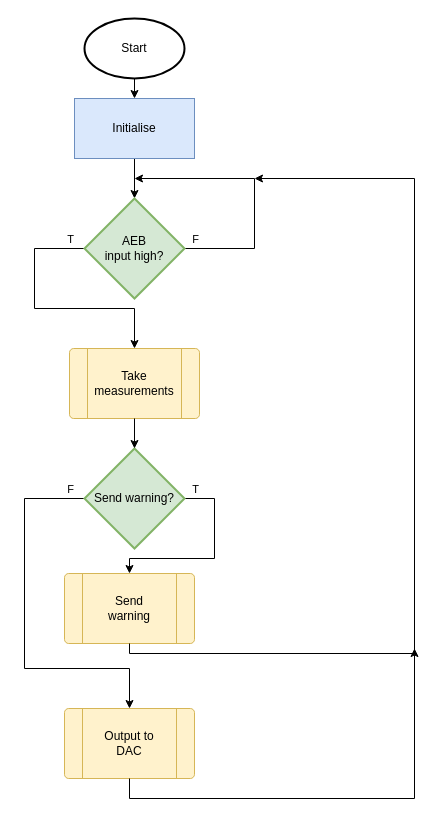
Before: braking.drawio in Jiarong-Zhang/a2_braking, a draw.io diagram. Source tidied: cells renumbered, new cells numbered last; positions are measured from the earlier drawing's top-left corner, leaving out a move shared by most shapes. Both pictures are drawn from the tidied source at 100%, with x=0, y=0 at pixel (24, 18).
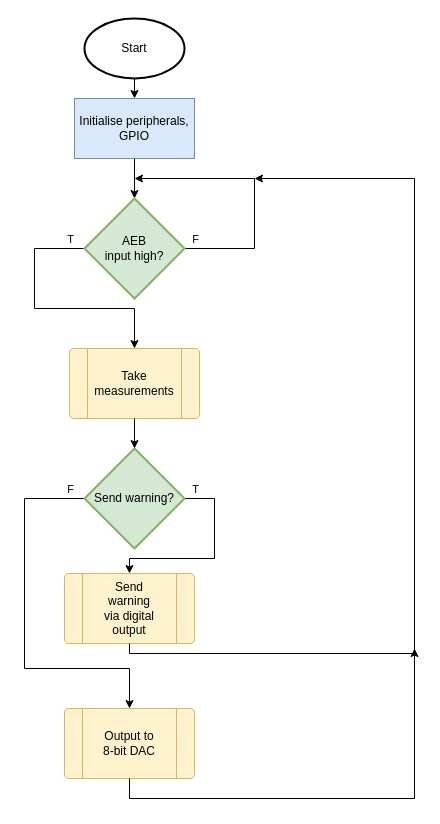
The same page after the edit.

The change refers to these unchanged cells:
```xml
<mxCell id="20" style="group;" parent="1" vertex="1">
  <mxGeometry x="40" y="555" width="130" height="70" as="geometry" />
</mxCell>
<mxCell id="24" style="group;" parent="1" vertex="1">
  <mxGeometry x="40" y="690" width="130" height="70" as="geometry" />
</mxCell>
```

What changed in the source:
```diff
@@
-    <mxCell id="5" value="Initialise" style="rounded=0;whiteSpace=wrap;html=1;fillColor=#dae8fc;strokeColor=#6c8ebf;sketch=0;" parent="1" vertex="1">
+    <mxCell id="5" value="Initialise peripherals, GPIO" style="rounded=0;whiteSpace=wrap;html=1;fillColor=#dae8fc;strokeColor=#6c8ebf;sketch=0;" parent="1" vertex="1">
       <mxGeometry x="50" y="80" width="120" height="60" as="geometry" />
     </mxCell>
@@
-    <mxCell id="22" value="Send warning" style="text;html=1;strokeColor=none;fillColor=none;align=center;verticalAlign=middle;whiteSpace=wrap;rounded=0;" parent="20" vertex="1">
+    <mxCell id="22" value="&lt;div&gt;Send warning&lt;/div&gt;&lt;div&gt;via digital output&lt;br&gt;&lt;/div&gt;" style="text;html=1;strokeColor=none;fillColor=none;align=center;verticalAlign=middle;whiteSpace=wrap;rounded=0;" parent="20" vertex="1">
       <mxGeometry x="35" y="20" width="60" height="30" as="geometry" />
     </mxCell>
@@
-    <mxCell id="26" value="Output to DAC" style="text;html=1;strokeColor=none;fillColor=none;align=center;verticalAlign=middle;whiteSpace=wrap;rounded=0;" parent="24" vertex="1">
+    <mxCell id="26" value="Output to 8-bit DAC" style="text;html=1;strokeColor=none;fillColor=none;align=center;verticalAlign=middle;whiteSpace=wrap;rounded=0;" parent="24" vertex="1">
       <mxGeometry x="35" y="20" width="60" height="30" as="geometry" />
     </mxCell>
```
